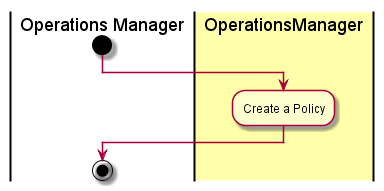
The PlantUML diagram design/UseCases/CreatePolicies/Activities.png in CAADE/C3, before a commit. Its diagram source:
```plantuml
@startuml
|Operations Manager|
start
|#ffffaa|OperationsManager|
:Create a Policy;
|Operations Manager|
stop
@enduml
```
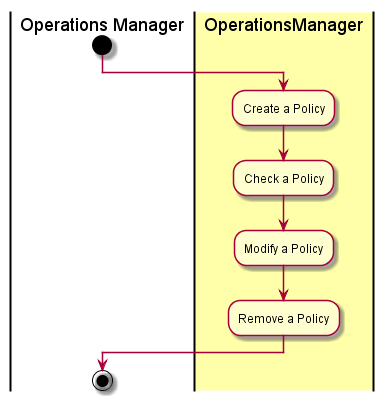
After the commit.

The edit, as a diff of the source:
```diff
@@ -3,6 +3,9 @@
 start
 |#ffffaa|OperationsManager|
 :Create a Policy;
+:Check a Policy;
+:Modify a Policy;
+:Remove a Policy;
 |Operations Manager|
 stop
 @enduml
```
